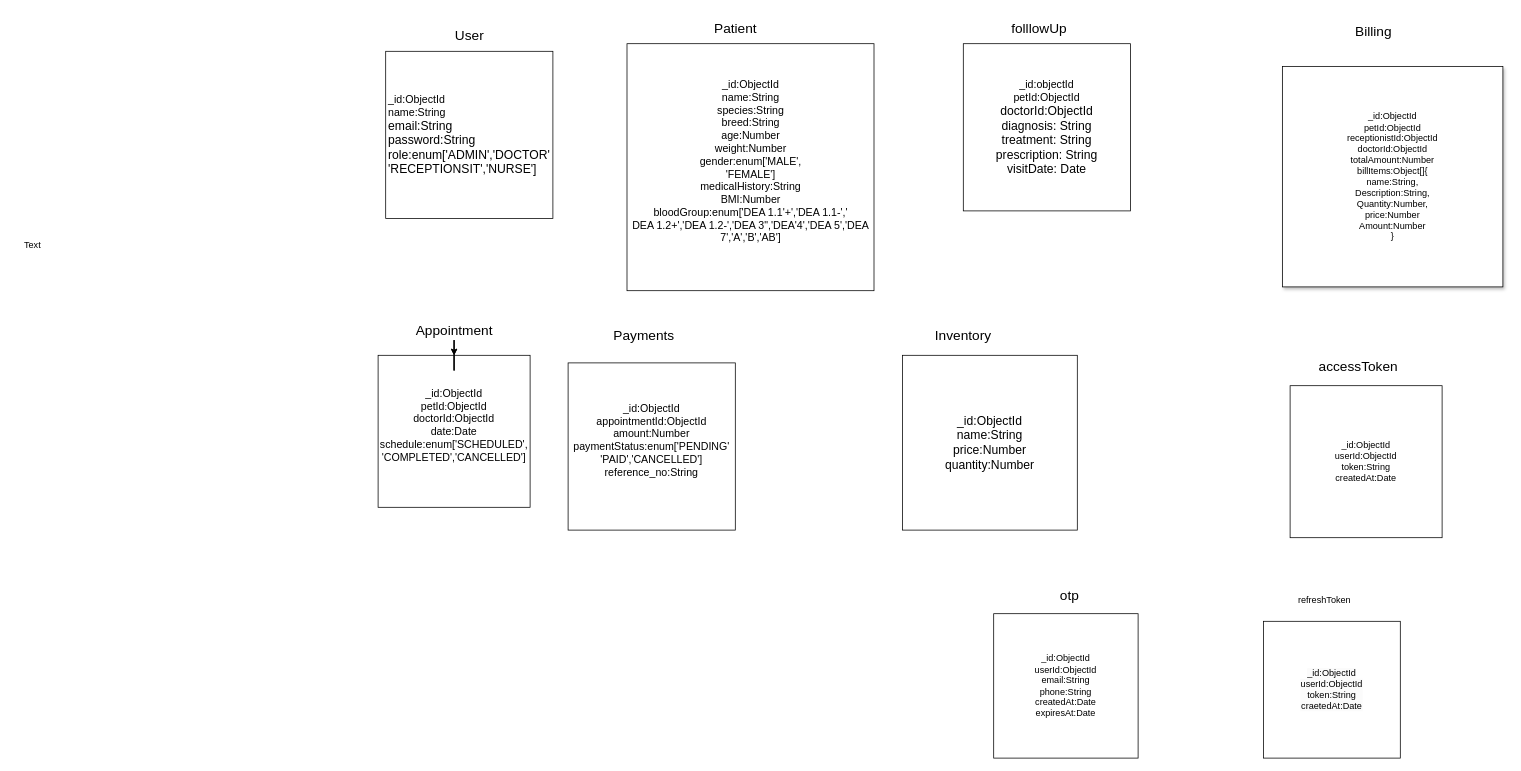
dawsonlobo/vetms-bk keeps this draw.io diagram as docs/VETMS.drawio. Above is the earlier version. Source tidied: cells renumbered, new cells numbered last; positions are measured from the earlier drawing's top-left corner, leaving out a move shared by most shapes. Both pictures are drawn from the tidied source at 76%, with x=0, y=0 at pixel (13, 13).
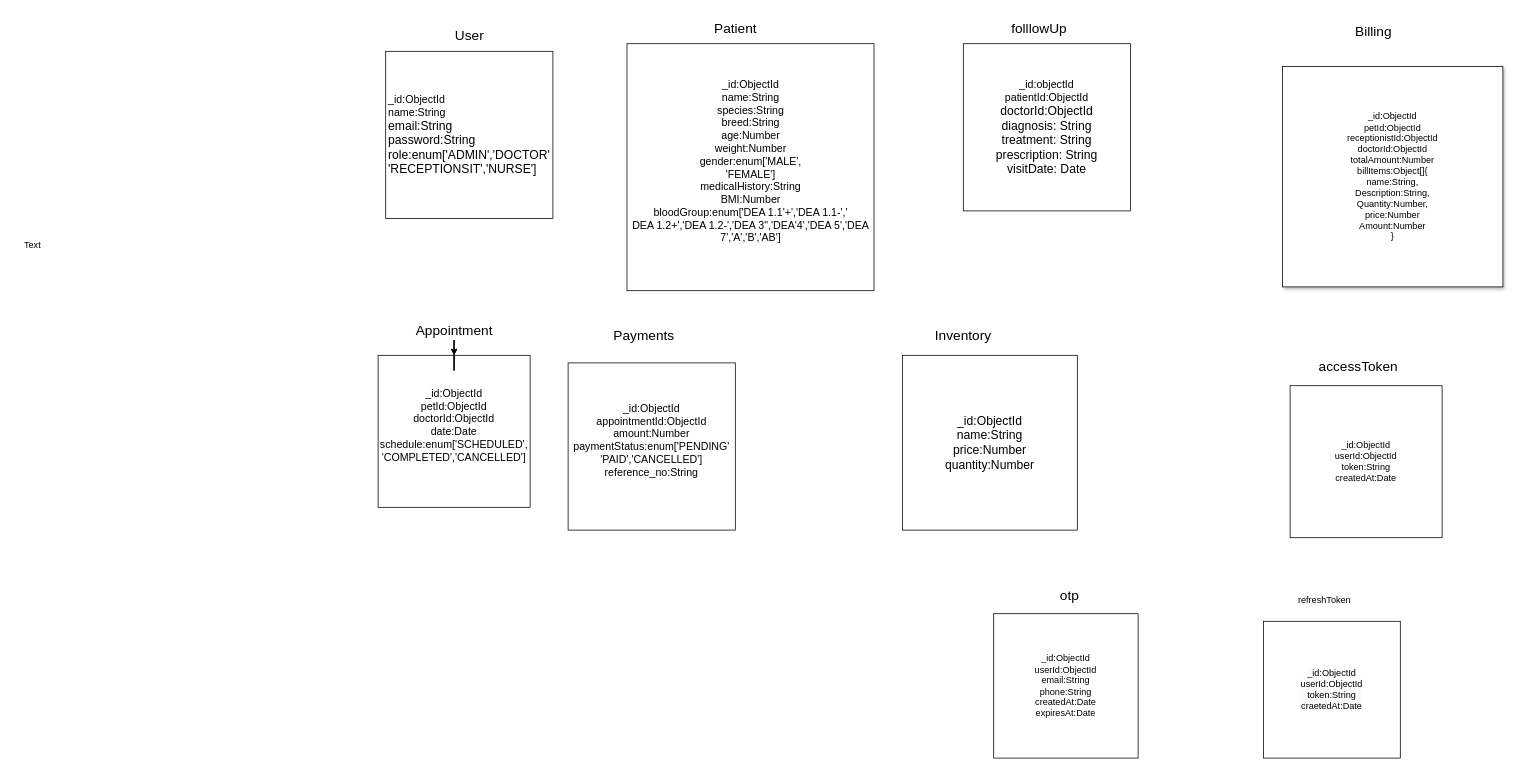
Above is the later version.

The edit, as a diff of the source:
```diff
@@
-    <mxCell id="10" value="&lt;div&gt;&lt;font style=&quot;font-size: 14px;&quot;&gt;&lt;font style=&quot;&quot;&gt;_id:objectId&lt;/font&gt;&lt;/font&gt;&lt;/div&gt;&lt;font style=&quot;font-size: 14px;&quot;&gt;&lt;font style=&quot;&quot;&gt;petId&lt;/font&gt;:&lt;font style=&quot;&quot;&gt;ObjectId&lt;/font&gt;&lt;/font&gt;&lt;div&gt;&lt;font size=&quot;3&quot; style=&quot;&quot;&gt;doctorId:ObjectId&lt;/font&gt;&lt;/div&gt;&lt;div&gt;&lt;font size=&quot;3&quot; style=&quot;&quot;&gt;&lt;span class=&quot;hljs-attr&quot;&gt;diagnosis&lt;/span&gt;: S&lt;span class=&quot;hljs-built_in&quot;&gt;tring&lt;/span&gt;&lt;/font&gt;&lt;/div&gt;&lt;div&gt;&lt;font size=&quot;3&quot; style=&quot;&quot;&gt;&lt;span class=&quot;hljs-attr&quot;&gt;treatment&lt;/span&gt;: S&lt;span class=&quot;hljs-built_in&quot;&gt;tring&lt;/span&gt;&lt;/font&gt;&lt;/div&gt;&lt;div&gt;&lt;font size=&quot;3&quot; style=&quot;&quot;&gt;&lt;span class=&quot;hljs-attr&quot;&gt;prescription&lt;/span&gt;: S&lt;span class=&quot;hljs-built_in&quot;&gt;tring&lt;/span&gt;&lt;/font&gt;&lt;/div&gt;&lt;div&gt;&lt;font size=&quot;3&quot; style=&quot;&quot;&gt;&lt;span style=&quot;&quot; class=&quot;hljs-attr&quot;&gt;visitDate&lt;/span&gt;: &lt;span style=&quot;&quot; class=&quot;hljs-title class_&quot;&gt;Date&lt;/span&gt;&lt;/font&gt;&lt;/div&gt;" style="whiteSpace=wrap;html=1;align=center;" parent="1" vertex="1">
+    <mxCell id="10" value="&lt;div&gt;&lt;font style=&quot;font-size: 14px;&quot;&gt;&lt;font style=&quot;&quot;&gt;_id:objectId&lt;/font&gt;&lt;/font&gt;&lt;/div&gt;&lt;font style=&quot;font-size: 14px;&quot;&gt;&lt;font style=&quot;&quot;&gt;patientId&lt;/font&gt;:&lt;font style=&quot;&quot;&gt;ObjectId&lt;/font&gt;&lt;/font&gt;&lt;div&gt;&lt;font size=&quot;3&quot; style=&quot;&quot;&gt;doctorId:ObjectId&lt;/font&gt;&lt;/div&gt;&lt;div&gt;&lt;font size=&quot;3&quot; style=&quot;&quot;&gt;&lt;span class=&quot;hljs-attr&quot;&gt;diagnosis&lt;/span&gt;: S&lt;span class=&quot;hljs-built_in&quot;&gt;tring&lt;/span&gt;&lt;/font&gt;&lt;/div&gt;&lt;div&gt;&lt;font size=&quot;3&quot; style=&quot;&quot;&gt;&lt;span class=&quot;hljs-attr&quot;&gt;treatment&lt;/span&gt;: S&lt;span class=&quot;hljs-built_in&quot;&gt;tring&lt;/span&gt;&lt;/font&gt;&lt;/div&gt;&lt;div&gt;&lt;font size=&quot;3&quot; style=&quot;&quot;&gt;&lt;span class=&quot;hljs-attr&quot;&gt;prescription&lt;/span&gt;: S&lt;span class=&quot;hljs-built_in&quot;&gt;tring&lt;/span&gt;&lt;/font&gt;&lt;/div&gt;&lt;div&gt;&lt;font size=&quot;3&quot; style=&quot;&quot;&gt;&lt;span style=&quot;&quot; class=&quot;hljs-attr&quot;&gt;visitDate&lt;/span&gt;: &lt;span style=&quot;&quot; class=&quot;hljs-title class_&quot;&gt;Date&lt;/span&gt;&lt;/font&gt;&lt;/div&gt;" style="whiteSpace=wrap;html=1;align=center;" parent="1" vertex="1">
       <mxGeometry x="1250" y="40" width="220" height="220" as="geometry" />
     </mxCell>
```
